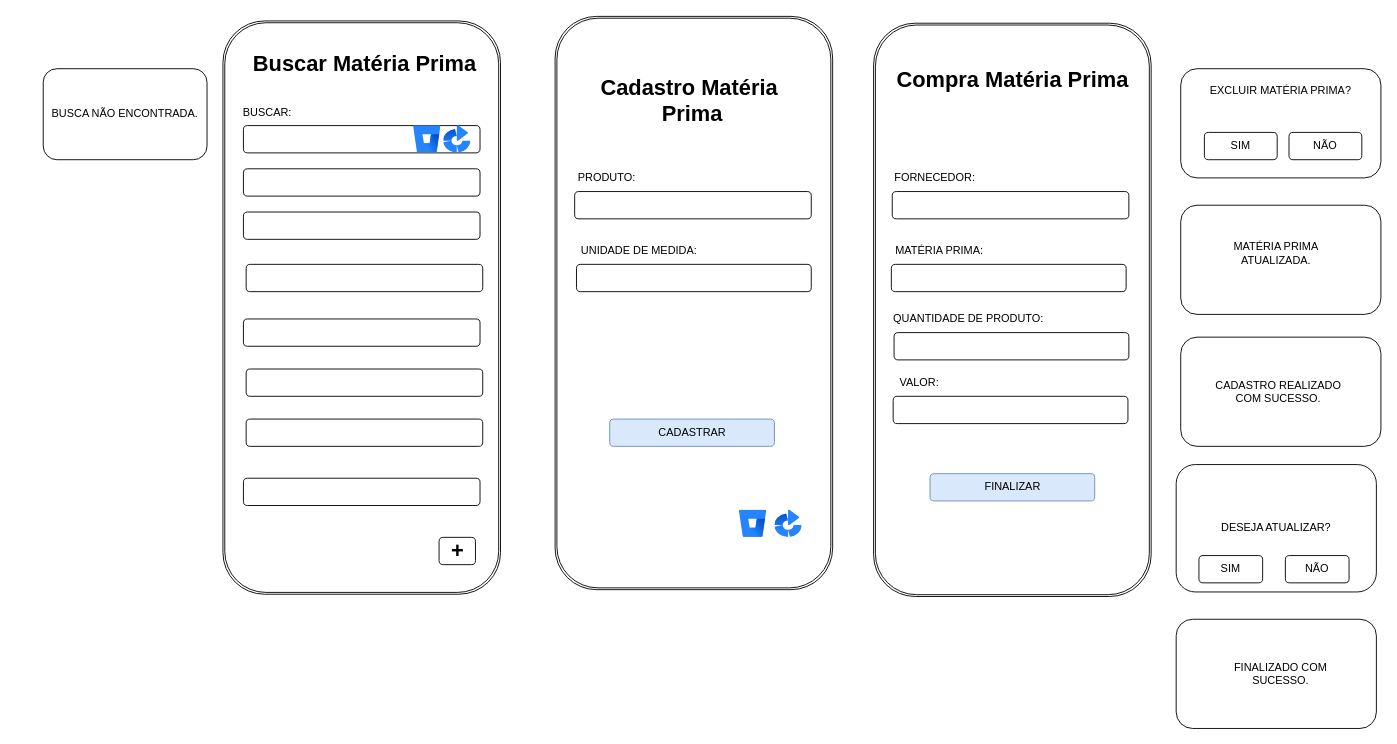
rafaelareisilva/avatar.app keeps this draw.io diagram as page "Página-4" (5 of 6) of DOC/tela.drawio. Above is the earlier version. Source tidied: cells renumbered, new cells numbered last; positions are measured from the earlier drawing's top-left corner, leaving out a move shared by most shapes. Both pictures are drawn from the tidied source at 91%, with x=0, y=0 at pixel (43, 46).
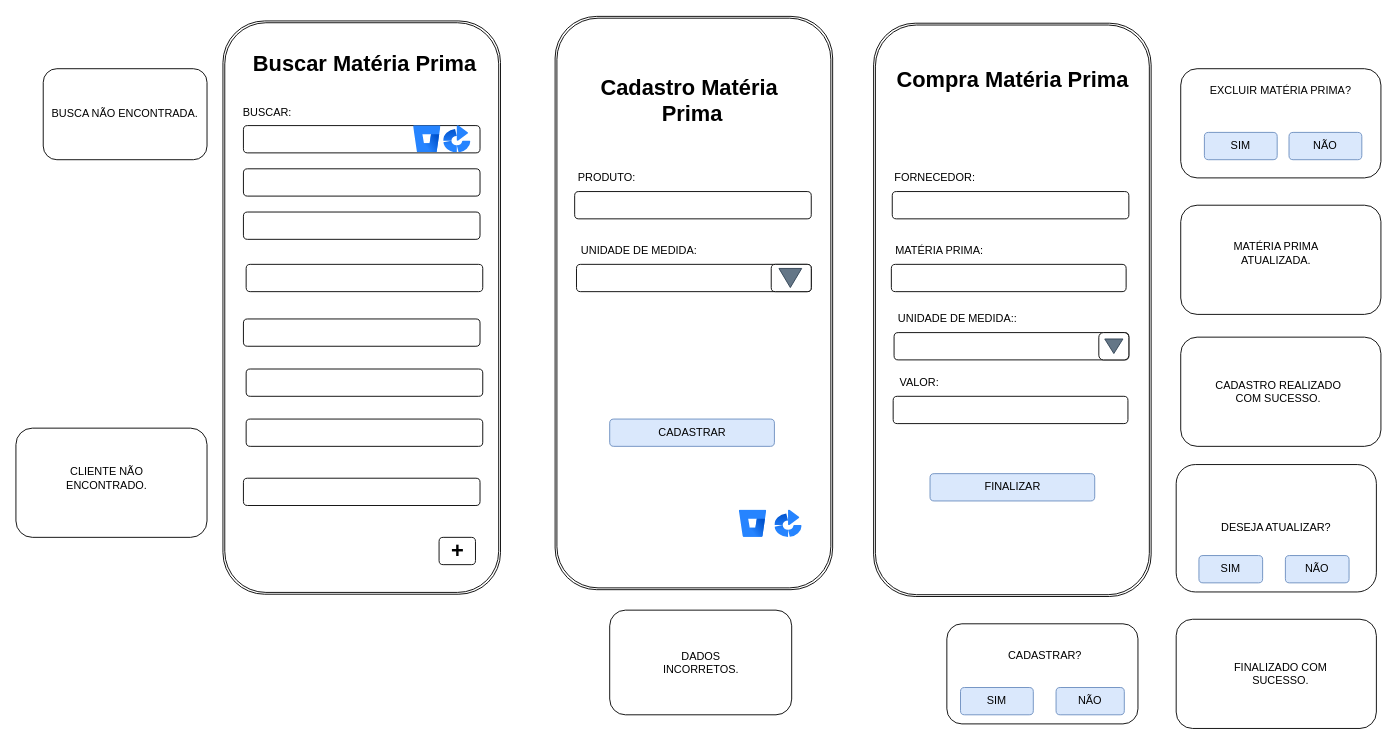
After the change.

The edit, as a diff of the source:
```diff
@@
-    <mxCell id="3" value="SIM" style="rounded=1;whiteSpace=wrap;html=1;" parent="1" vertex="1">
+    <mxCell id="3" value="SIM" style="rounded=1;whiteSpace=wrap;html=1;fillColor=#dae8fc;strokeColor=#6c8ebf;" parent="1" vertex="1">
       <mxGeometry x="1276" y="95" width="80" height="30" as="geometry" />
     </mxCell>
-    <mxCell id="4" value="NÃO" style="rounded=1;whiteSpace=wrap;html=1;" parent="1" vertex="1">
+    <mxCell id="4" value="NÃO" style="rounded=1;whiteSpace=wrap;html=1;fillColor=#dae8fc;strokeColor=#6c8ebf;" parent="1" vertex="1">
       <mxGeometry x="1369" y="95" width="80" height="30" as="geometry" />
     </mxCell>
@@
-    <mxCell id="25" value="QUANTIDADE DE PRODUTO:" style="text;html=1;align=center;verticalAlign=middle;whiteSpace=wrap;rounded=0;" parent="1" vertex="1">
-      <mxGeometry x="932" y="285" width="170" height="30" as="geometry" />
+    <mxCell id="25" value="UNIDADE DE MEDIDA::" style="text;html=1;align=center;verticalAlign=middle;whiteSpace=wrap;rounded=0;" parent="1" vertex="1">
+      <mxGeometry x="920" y="285" width="170" height="30" as="geometry" />
     </mxCell>
@@
-    <mxCell id="42" value="SIM" style="rounded=1;whiteSpace=wrap;html=1;" parent="1" vertex="1">
+    <mxCell id="42" value="SIM" style="rounded=1;whiteSpace=wrap;html=1;fillColor=#dae8fc;strokeColor=#6c8ebf;" parent="1" vertex="1">
       <mxGeometry x="1270" y="560" width="70" height="30" as="geometry" />
     </mxCell>
-    <mxCell id="43" value="NÃO" style="rounded=1;whiteSpace=wrap;html=1;" parent="1" vertex="1">
+    <mxCell id="43" value="NÃO" style="rounded=1;whiteSpace=wrap;html=1;fillColor=#dae8fc;strokeColor=#6c8ebf;" parent="1" vertex="1">
       <mxGeometry x="1365" y="560" width="70" height="30" as="geometry" />
     </mxCell>
@@
+    <mxCell id="50" style="rounded=1;whiteSpace=wrap;html=1;" parent="1" vertex="1">
+      <mxGeometry x="622.5" y="620" width="200" height="115" as="geometry" />
+    </mxCell>
+    <mxCell id="51" value="DADOS INCORRETOS." style="text;html=1;align=center;verticalAlign=middle;whiteSpace=wrap;rounded=0;" parent="1" vertex="1">
+      <mxGeometry x="672.5" y="662.5" width="100" height="30" as="geometry" />
+    </mxCell>
+    <mxCell id="52" style="rounded=1;whiteSpace=wrap;html=1;" parent="1" vertex="1">
+      <mxGeometry x="800" y="240" width="44" height="30" as="geometry" />
+    </mxCell>
+    <mxCell id="53" style="triangle;whiteSpace=wrap;html=1;rotation=90;fillColor=#647687;fontColor=#ffffff;strokeColor=#314354;" parent="1" vertex="1">
+      <mxGeometry x="810.5" y="242.5" width="21" height="25" as="geometry" />
+    </mxCell>
+    <mxCell id="54" style="rounded=1;whiteSpace=wrap;html=1;arcSize=17;" parent="1" vertex="1">
+      <mxGeometry x="1160" y="315" width="33" height="30" as="geometry" />
+    </mxCell>
+    <mxCell id="55" style="triangle;whiteSpace=wrap;html=1;rotation=90;fillColor=#647687;fontColor=#ffffff;strokeColor=#314354;" parent="1" vertex="1">
+      <mxGeometry x="1168.5" y="320" width="16" height="20" as="geometry" />
+    </mxCell>
+    <mxCell id="56" style="rounded=1;whiteSpace=wrap;html=1;" parent="1" vertex="1">
+      <mxGeometry x="993" y="635" width="210" height="110" as="geometry" />
+    </mxCell>
+    <mxCell id="57" value="CADASTRAR?" style="text;html=1;align=center;verticalAlign=middle;whiteSpace=wrap;rounded=0;" parent="1" vertex="1">
+      <mxGeometry x="1070.5" y="655" width="60" height="30" as="geometry" />
+    </mxCell>
+    <mxCell id="58" value="SIM" style="rounded=1;whiteSpace=wrap;html=1;fillColor=#dae8fc;strokeColor=#6c8ebf;" parent="1" vertex="1">
+      <mxGeometry x="1008" y="705" width="80" height="30" as="geometry" />
+    </mxCell>
+    <mxCell id="59" value="NÃO" style="rounded=1;whiteSpace=wrap;html=1;fillColor=#dae8fc;strokeColor=#6c8ebf;" parent="1" vertex="1">
+      <mxGeometry x="1113" y="705" width="75" height="30" as="geometry" />
+    </mxCell>
+    <mxCell id="60" style="rounded=1;whiteSpace=wrap;html=1;" parent="1" vertex="1">
+      <mxGeometry x="-30" y="420" width="210" height="120" as="geometry" />
+    </mxCell>
+    <mxCell id="61" value="CLIENTE NÃO ENCONTRADO." style="text;html=1;align=center;verticalAlign=middle;whiteSpace=wrap;rounded=0;" parent="1" vertex="1">
+      <mxGeometry x="10" y="460" width="120" height="30" as="geometry" />
+    </mxCell>
```
